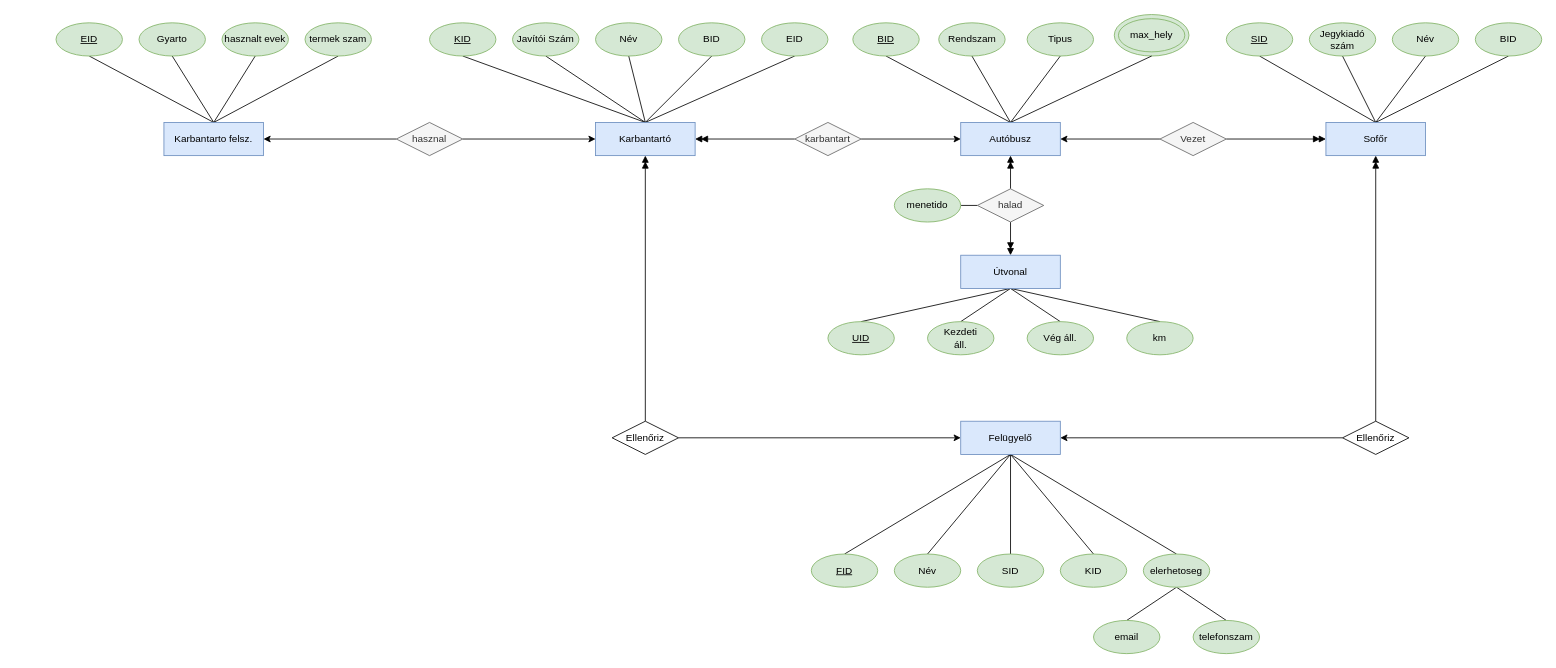
HonDaniel/HR6121_DB1Gyak keeps this draw.io diagram as DBSemTaskHR6121/ERHR6121.drawio. Above is the earlier version. Source tidied: cells renumbered, new cells numbered last; positions are measured from the earlier drawing's top-left corner, leaving out a move shared by most shapes. Both pictures are drawn from the tidied source at 83%, with x=0, y=0 at pixel (56, 14).
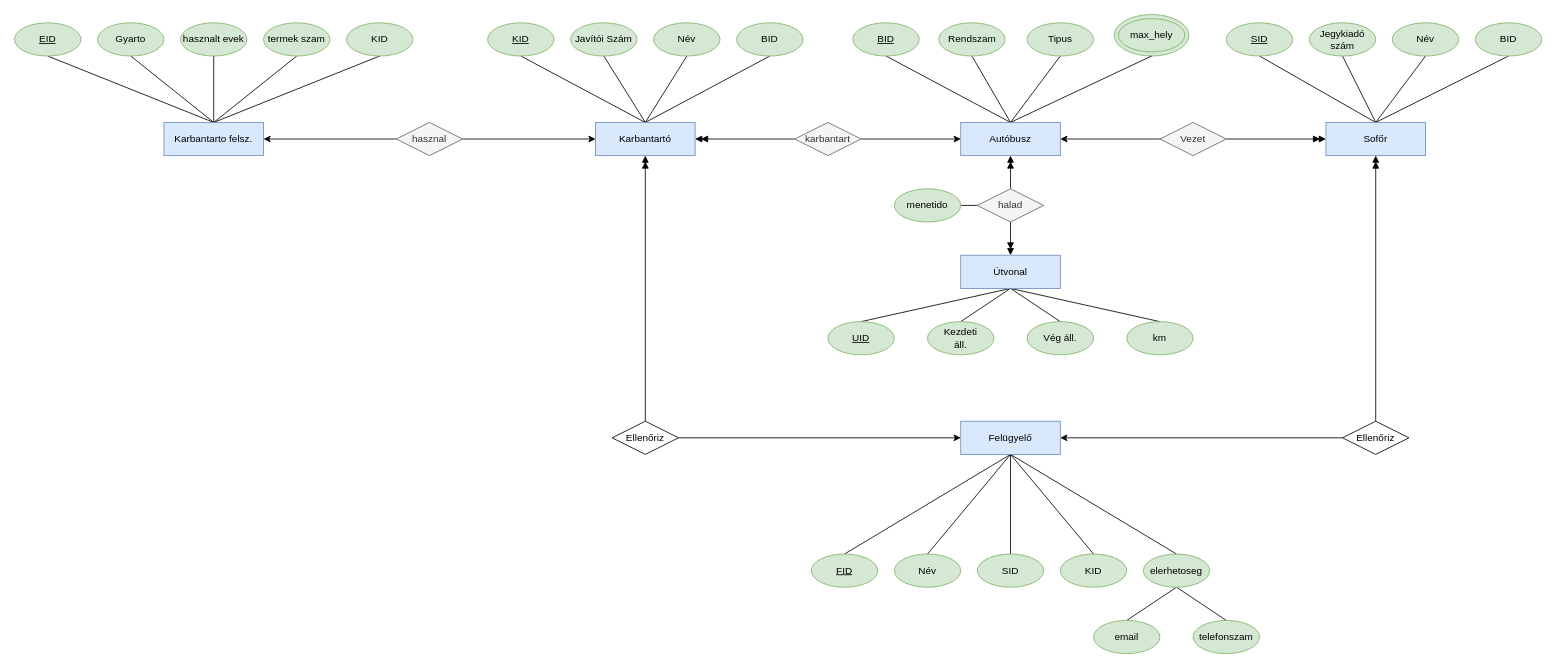
The same page after the edit.

The change refers to these unchanged cells:
```xml
<mxCell id="29" value="Karbantartó" style="rounded=0;whiteSpace=wrap;html=1;fillColor=#dae8fc;strokeColor=#6c8ebf;" parent="1" vertex="1">
  <mxGeometry x="650" y="130" width="120" height="40" as="geometry" />
</mxCell>
<mxCell id="80" value="Karbantarto felsz." style="rounded=0;whiteSpace=wrap;html=1;fillColor=#dae8fc;strokeColor=#6c8ebf;" parent="1" vertex="1">
  <mxGeometry x="130" y="130" width="120" height="40" as="geometry" />
</mxCell>
```

Diff of the diagram source:
```diff
@@
-    <mxCell id="28" style="edgeStyle=none;rounded=0;jettySize=auto;html=1;exitX=0.5;exitY=0;exitDx=0;exitDy=0;entryX=0.5;entryY=1;entryDx=0;entryDy=0;endArrow=none;endFill=0;" parent="1" edge="1" source="29" target="85">
-      <mxGeometry relative="1" as="geometry" />
-    </mxCell>
@@
     <mxCell id="30" value="Javítói Szám" style="ellipse;whiteSpace=wrap;html=1;fillColor=#d5e8d4;strokeColor=#82b366;" parent="1" vertex="1">
-      <mxGeometry x="550" y="10" width="80" height="40" as="geometry" />
+      <mxGeometry x="620" y="10" width="80" height="40" as="geometry" />
     </mxCell>
     <mxCell id="31" value="&lt;u&gt;KID&lt;/u&gt;" style="ellipse;whiteSpace=wrap;html=1;fillColor=#d5e8d4;strokeColor=#82b366;" parent="1" vertex="1">
-      <mxGeometry x="450" y="10" width="80" height="40" as="geometry" />
+      <mxGeometry x="520" y="10" width="80" height="40" as="geometry" />
     </mxCell>
     <mxCell id="32" value="Név" style="ellipse;whiteSpace=wrap;html=1;fillColor=#d5e8d4;strokeColor=#82b366;" parent="1" vertex="1">
-      <mxGeometry x="650" y="10" width="80" height="40" as="geometry" />
+      <mxGeometry x="720" y="10" width="80" height="40" as="geometry" />
     </mxCell>
     <mxCell id="33" value="BID" style="ellipse;whiteSpace=wrap;html=1;fillColor=#d5e8d4;strokeColor=#82b366;" parent="1" vertex="1">
-      <mxGeometry x="750" y="10" width="80" height="40" as="geometry" />
+      <mxGeometry x="820" y="10" width="80" height="40" as="geometry" />
     </mxCell>
@@
+    <mxCell id="86" style="edgeStyle=none;rounded=0;jettySize=auto;html=1;exitX=0.5;exitY=0;exitDx=0;exitDy=0;entryX=0.5;entryY=1;entryDx=0;entryDy=0;endArrow=none;endFill=0;" parent="1" edge="1" source="80" target="87">
+      <mxGeometry relative="1" as="geometry" />
+    </mxCell>
@@
     <mxCell id="81" value="Gyarto" style="ellipse;whiteSpace=wrap;html=1;fillColor=#d5e8d4;strokeColor=#82b366;" parent="1" vertex="1">
-      <mxGeometry x="100" y="10" width="80" height="40" as="geometry" />
+      <mxGeometry x="50" y="10" width="80" height="40" as="geometry" />
     </mxCell>
     <mxCell id="82" value="&lt;u&gt;EID&lt;/u&gt;" style="ellipse;whiteSpace=wrap;html=1;fillColor=#d5e8d4;strokeColor=#82b366;" parent="1" vertex="1">
-      <mxGeometry y="10" width="80" height="40" as="geometry" />
+      <mxGeometry x="-50" y="10" width="80" height="40" as="geometry" />
     </mxCell>
     <mxCell id="83" value="hasznalt evek" style="ellipse;whiteSpace=wrap;html=1;fillColor=#d5e8d4;strokeColor=#82b366;" parent="1" vertex="1">
-      <mxGeometry x="200" y="10" width="80" height="40" as="geometry" />
+      <mxGeometry x="150" y="10" width="80" height="40" as="geometry" />
     </mxCell>
     <mxCell id="84" value="termek szam" style="ellipse;whiteSpace=wrap;html=1;fillColor=#d5e8d4;strokeColor=#82b366;" parent="1" vertex="1">
-      <mxGeometry x="300" y="10" width="80" height="40" as="geometry" />
+      <mxGeometry x="250" y="10" width="80" height="40" as="geometry" />
     </mxCell>
-    <mxCell id="85" value="EID" style="ellipse;whiteSpace=wrap;html=1;fillColor=#d5e8d4;strokeColor=#82b366;" parent="1" vertex="1">
-      <mxGeometry x="850" y="10" width="80" height="40" as="geometry" />
-    </mxCell>
+    <mxCell id="87" value="KID" style="ellipse;whiteSpace=wrap;html=1;fillColor=#d5e8d4;strokeColor=#82b366;" parent="1" vertex="1">
+      <mxGeometry x="350" y="10" width="80" height="40" as="geometry" />
+    </mxCell>
```
